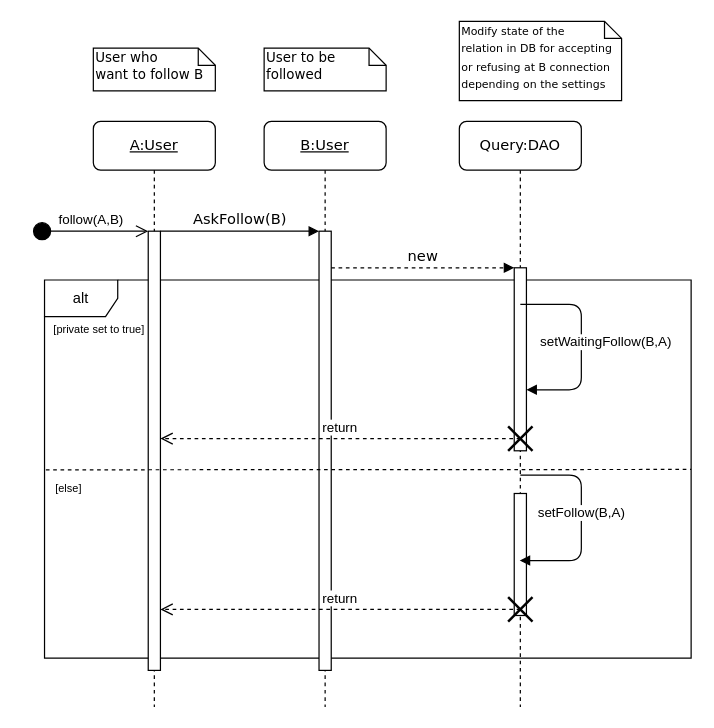
Above: Diagrammes/SequenceDiagrams/askFollow.drawio in NNepper/LSINF1225-2020-GroupeL1.1-WishList (draw.io), before the change. Source tidied: cells renumbered, new cells numbered last; positions are measured from the earlier drawing's top-left corner, leaving out a move shared by most shapes. Both pictures are drawn from the tidied source at 122%, with x=0, y=0 at pixel (32, 21).
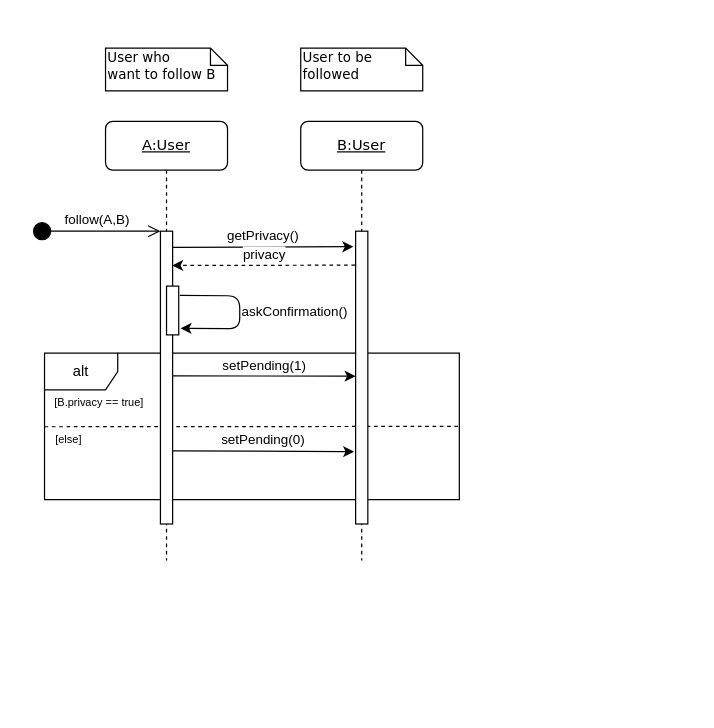
Above is the later version.

Commit message (it also covers changes not shown here):
Adaptation askFollow

Diff of the diagram source:
```diff
@@
+    <mxCell id="18" style="endArrow=none;dashed=1;html=1;exitX=0.002;exitY=0.502;exitDx=0;exitDy=0;exitPerimeter=0;" parent="1" edge="1">
+      <mxGeometry relative="1" as="geometry">
+        <mxPoint x="10" y="332.3" as="sourcePoint" />
+        <mxPoint x="350" y="332" as="targetPoint" />
+      </mxGeometry>
+    </mxCell>
     <mxCell id="2" value="alt" style="shape=umlFrame;whiteSpace=wrap;html=1;" parent="1" vertex="1">
-      <mxGeometry x="10" y="212" width="530" height="310" as="geometry" />
+      <mxGeometry x="10" y="272" width="340" height="120" as="geometry" />
     </mxCell>
     <mxCell id="3" value="&lt;u&gt;B:User&lt;/u&gt;" style="shape=umlLifeline;perimeter=lifelinePerimeter;whiteSpace=wrap;html=1;rounded=1;shadow=0;comic=0;labelBackgroundColor=none;strokeWidth=1;fontFamily=Verdana;fontSize=12;align=center;" parent="1" vertex="1">
-      <mxGeometry x="190" y="82" width="100" height="480" as="geometry" />
+      <mxGeometry x="220" y="82" width="100" height="360" as="geometry" />
     </mxCell>
     <mxCell id="4" style="html=1;points=[];perimeter=orthogonalPerimeter;rounded=0;shadow=0;comic=0;labelBackgroundColor=none;strokeWidth=1;fontFamily=Verdana;fontSize=12;align=center;" parent="3" vertex="1">
-      <mxGeometry x="45" y="90" width="10" height="360" as="geometry" />
+      <mxGeometry x="45" y="90" width="10" height="240" as="geometry" />
     </mxCell>
-    <mxCell id="5" value="Query:DAO" style="shape=umlLifeline;perimeter=lifelinePerimeter;whiteSpace=wrap;html=1;outlineConnect=0;rounded=1;shadow=0;comic=0;labelBackgroundColor=none;strokeWidth=1;fontFamily=Verdana;fontSize=12;align=center;" parent="1" vertex="1">
-      <mxGeometry x="350" y="82" width="100" height="480" as="geometry" />
-    </mxCell>
-    <mxCell id="6" style="html=1;points=[];perimeter=orthogonalPerimeter;rounded=0;shadow=0;comic=0;labelBackgroundColor=none;strokeWidth=1;fontFamily=Verdana;fontSize=12;align=center;" parent="5" vertex="1">
-      <mxGeometry x="45" y="120" width="10" height="150" as="geometry" />
-    </mxCell>
-    <mxCell id="7" style="html=1;perimeter=orthogonalPerimeter;" parent="5" vertex="1">
-      <mxGeometry x="45" y="305" width="10" height="100" as="geometry" />
-    </mxCell>
     <mxCell id="8" value="&lt;u&gt;A:User&lt;/u&gt;" style="shape=umlLifeline;perimeter=lifelinePerimeter;whiteSpace=wrap;html=1;rounded=1;shadow=0;comic=0;labelBackgroundColor=none;strokeWidth=1;fontFamily=Verdana;fontSize=12;align=center;" parent="1" vertex="1">
-      <mxGeometry x="50" y="82" width="100" height="480" as="geometry" />
+      <mxGeometry x="60" y="82" width="100" height="360" as="geometry" />
     </mxCell>
     <mxCell id="9" style="html=1;points=[];perimeter=orthogonalPerimeter;rounded=0;shadow=0;comic=0;labelBackgroundColor=none;strokeWidth=1;fontFamily=Verdana;fontSize=12;align=center;" parent="8" vertex="1">
-      <mxGeometry x="45" y="90" width="10" height="360" as="geometry" />
+      <mxGeometry x="45" y="90" width="10" height="240" as="geometry" />
     </mxCell>
-    <mxCell id="10" value="AskFollow(B)" style="html=1;verticalAlign=bottom;endArrow=block;labelBackgroundColor=none;fontFamily=Verdana;fontSize=12;edgeStyle=elbowEdgeStyle;elbow=vertical;" parent="1" edge="1" source="9" target="4">
-      <mxGeometry relative="1" as="geometry">
-        <Array as="points">
-          <mxPoint x="170" y="172" />
-          <mxPoint x="160" y="162" />
-        </Array>
-      </mxGeometry>
-    </mxCell>
-    <mxCell id="11" value="new" style="html=1;verticalAlign=bottom;endArrow=block;entryX=0;entryY=0;labelBackgroundColor=none;fontFamily=Verdana;fontSize=12;edgeStyle=elbowEdgeStyle;elbow=vertical;dashed=1;" parent="1" edge="1" source="4" target="6">
-      <mxGeometry relative="1" as="geometry" />
-    </mxCell>
     <mxCell id="12" value="&lt;font style=&quot;font-size: 11px&quot;&gt;User who&lt;br&gt;want to follow B&lt;/font&gt;" style="shape=note;whiteSpace=wrap;html=1;size=14;verticalAlign=top;align=left;spacingTop=-6;rounded=0;shadow=0;comic=0;labelBackgroundColor=none;strokeWidth=1;fontFamily=Verdana;fontSize=12;" parent="1" vertex="1">
-      <mxGeometry x="50" y="22" width="100" height="35" as="geometry" />
+      <mxGeometry x="60" y="22" width="100" height="35" as="geometry" />
     </mxCell>
     <mxCell id="13" value="&lt;font style=&quot;font-size: 11px&quot;&gt;User to be followed&lt;/font&gt;" style="shape=note;whiteSpace=wrap;html=1;size=14;verticalAlign=top;align=left;spacingTop=-6;rounded=0;shadow=0;comic=0;labelBackgroundColor=none;strokeWidth=1;fontFamily=Verdana;fontSize=12;" parent="1" vertex="1">
-      <mxGeometry x="190" y="22" width="100" height="35" as="geometry" />
+      <mxGeometry x="220" y="22" width="100" height="35" as="geometry" />
     </mxCell>
-    <mxCell id="14" value="&lt;font style=&quot;line-height: 60% ; font-size: 9px&quot;&gt;Modify state of the &lt;br&gt;relation in DB for accepting or refusing at B connection&lt;br&gt;depending on the settings&lt;br&gt;&lt;/font&gt;" style="shape=note;whiteSpace=wrap;html=1;size=14;verticalAlign=top;align=left;spacingTop=-6;rounded=0;shadow=0;comic=0;labelBackgroundColor=none;strokeWidth=1;fontFamily=Verdana;fontSize=12;" parent="1" vertex="1">
-      <mxGeometry x="350" width="133" height="65" as="geometry" />
-    </mxCell>
-    <mxCell id="15" value="setWaitingFollow(B,A)" style="html=1;verticalAlign=bottom;endArrow=block;" parent="1" edge="1" target="6">
-      <mxGeometry x="0.09" y="20" relative="1" as="geometry">
-        <mxPoint x="400" y="232" as="sourcePoint" />
-        <Array as="points">
-          <mxPoint x="450" y="232" />
-          <mxPoint x="450" y="272" />
-          <mxPoint x="450" y="302" />
-        </Array>
-      </mxGeometry>
-    </mxCell>
-    <mxCell id="16" value="setFollow(B,A)" style="html=1;verticalAlign=bottom;endArrow=block;" parent="1" edge="1" target="5">
-      <mxGeometry x="0.06" relative="1" as="geometry">
-        <mxPoint x="400" y="372" as="sourcePoint" />
-        <Array as="points">
-          <mxPoint x="450" y="372" />
-          <mxPoint x="450" y="442" />
-        </Array>
-      </mxGeometry>
-    </mxCell>
-    <mxCell id="17" value="return" style="html=1;verticalAlign=bottom;endArrow=open;dashed=1;endSize=8;" parent="1" edge="1">
-      <mxGeometry relative="1" as="geometry">
-        <mxPoint x="400" y="482" as="sourcePoint" />
-        <mxPoint x="105" y="482" as="targetPoint" />
-        <Array as="points">
-          <mxPoint x="320" y="482" />
-        </Array>
-      </mxGeometry>
-    </mxCell>
-    <mxCell id="18" style="endArrow=none;dashed=1;html=1;exitX=0.002;exitY=0.502;exitDx=0;exitDy=0;exitPerimeter=0;entryX=1;entryY=0.501;entryDx=0;entryDy=0;entryPerimeter=0;" parent="1" edge="1">
-      <mxGeometry relative="1" as="geometry">
-        <mxPoint x="11.1" y="367.6" as="sourcePoint" />
-        <mxPoint x="540" y="367.3" as="targetPoint" />
-      </mxGeometry>
-    </mxCell>
+    <mxCell id="26" value="follow(A,B)" style="html=1;verticalAlign=bottom;startArrow=circle;startFill=1;endArrow=open;startSize=6;endSize=8;" parent="1" edge="1" target="9">
+      <mxGeometry relative="1" as="geometry">
+        <mxPoint y="172" as="sourcePoint" />
+      </mxGeometry>
+    </mxCell>
+    <mxCell id="10" value="getPrivacy()" style="endArrow=classic;html=1;exitX=1.033;exitY=0.055;exitDx=0;exitDy=0;exitPerimeter=0;entryX=-0.186;entryY=0.053;entryDx=0;entryDy=0;entryPerimeter=0;labelPosition=center;verticalLabelPosition=top;align=center;verticalAlign=bottom;" parent="1" edge="1" source="9" target="4">
+      <mxGeometry relative="1" as="geometry" />
+    </mxCell>
+    <mxCell id="27" value="privacy" style="endArrow=classic;html=1;exitX=-0.044;exitY=0.116;exitDx=0;exitDy=0;exitPerimeter=0;labelPosition=center;verticalLabelPosition=top;align=center;verticalAlign=bottom;dashed=1;entryX=0.96;entryY=0.117;entryDx=0;entryDy=0;entryPerimeter=0;" parent="1" edge="1" source="4" target="9">
+      <mxGeometry relative="1" as="geometry" />
+    </mxCell>
+    <mxCell id="28" value="setPending(1)" style="endArrow=classic;html=1;entryX=0.002;entryY=0.473;entryDx=0;entryDy=0;entryPerimeter=0;labelPosition=center;verticalLabelPosition=top;align=center;verticalAlign=bottom;exitX=1.033;exitY=0.472;exitDx=0;exitDy=0;exitPerimeter=0;" parent="1" edge="1">
+      <mxGeometry relative="1" as="geometry">
+        <mxPoint x="115.3" y="290.6" as="sourcePoint" />
+        <mxPoint x="265" y="290.8" as="targetPoint" />
+      </mxGeometry>
+    </mxCell>
-    <mxCell id="19" value="&lt;font style=&quot;font-size: 9px&quot;&gt;[private set to true]&lt;/font&gt;" style="text;html=1;strokeColor=none;fillColor=none;align=center;verticalAlign=middle;whiteSpace=wrap;rounded=0;" parent="1" vertex="1">
-      <mxGeometry x="10" y="242" width="90" height="20" as="geometry" />
+    <mxCell id="19" value="&lt;font style=&quot;font-size: 9px&quot;&gt;[B.privacy == true]&lt;/font&gt;" style="text;html=1;strokeColor=none;fillColor=none;align=center;verticalAlign=middle;whiteSpace=wrap;rounded=0;" parent="1" vertex="1">
+      <mxGeometry x="10" y="302" width="90" height="20" as="geometry" />
     </mxCell>
     <mxCell id="20" value="&lt;font style=&quot;font-size: 9px&quot;&gt;[else]&lt;/font&gt;" style="text;html=1;strokeColor=none;fillColor=none;align=center;verticalAlign=middle;whiteSpace=wrap;rounded=0;" parent="1" vertex="1">
-      <mxGeometry x="10" y="372" width="40" height="20" as="geometry" />
+      <mxGeometry x="10" y="332" width="40" height="20" as="geometry" />
     </mxCell>
-    <mxCell id="21" style="endArrow=none;html=1;strokeWidth=2;" parent="1" edge="1">
-      <mxGeometry relative="1" as="geometry">
-        <mxPoint x="390" y="492" as="sourcePoint" />
-        <mxPoint x="410" y="472" as="targetPoint" />
-      </mxGeometry>
-    </mxCell>
-    <mxCell id="22" style="endArrow=none;html=1;strokeWidth=2;" parent="1" edge="1">
-      <mxGeometry relative="1" as="geometry">
-        <mxPoint x="410" y="492" as="sourcePoint" />
-        <mxPoint x="390" y="472" as="targetPoint" />
-      </mxGeometry>
-    </mxCell>
-    <mxCell id="23" style="endArrow=none;html=1;strokeWidth=2;rounded=1;shadow=0;" parent="1" edge="1">
-      <mxGeometry relative="1" as="geometry">
-        <mxPoint x="390" y="352" as="sourcePoint" />
-        <mxPoint x="410" y="332" as="targetPoint" />
-      </mxGeometry>
-    </mxCell>
-    <mxCell id="24" style="endArrow=none;html=1;strokeWidth=2;rounded=1;shadow=0;" parent="1" edge="1">
-      <mxGeometry relative="1" as="geometry">
-        <mxPoint x="410" y="352" as="sourcePoint" />
-        <mxPoint x="390" y="332" as="targetPoint" />
-      </mxGeometry>
-    </mxCell>
-    <mxCell id="25" value="return" style="html=1;verticalAlign=bottom;endArrow=open;dashed=1;endSize=8;" parent="1" edge="1">
-      <mxGeometry relative="1" as="geometry">
-        <mxPoint x="400" y="342" as="sourcePoint" />
-        <mxPoint x="105" y="342" as="targetPoint" />
-      </mxGeometry>
-    </mxCell>
-    <mxCell id="26" value="follow(A,B)" style="html=1;verticalAlign=bottom;startArrow=circle;startFill=1;endArrow=open;startSize=6;endSize=8;" parent="1" edge="1">
-      <mxGeometry relative="1" as="geometry">
-        <mxPoint y="172" as="sourcePoint" />
-        <mxPoint x="95" y="172" as="targetPoint" />
-      </mxGeometry>
-    </mxCell>
+    <mxCell id="29" value="setPending(0)" style="endArrow=classic;html=1;entryX=-0.029;entryY=0.304;entryDx=0;entryDy=0;entryPerimeter=0;labelPosition=center;verticalLabelPosition=top;align=center;verticalAlign=bottom;exitX=1.089;exitY=0.302;exitDx=0;exitDy=0;exitPerimeter=0;" parent="1" edge="1">
+      <mxGeometry relative="1" as="geometry">
+        <mxPoint x="115" y="352" as="sourcePoint" />
+        <mxPoint x="263.8" y="352.7" as="targetPoint" />
+      </mxGeometry>
+    </mxCell>
+    <mxCell id="30" style="html=1;points=[];perimeter=orthogonalPerimeter;rounded=0;shadow=0;comic=0;labelBackgroundColor=none;strokeWidth=1;fontFamily=Verdana;fontSize=12;align=center;" parent="1" vertex="1">
+      <mxGeometry x="110" y="217" width="10" height="40" as="geometry" />
+    </mxCell>
+    <mxCell id="31" value="askConfirmation()" style="endArrow=classic;html=1;exitX=1.093;exitY=0.189;exitDx=0;exitDy=0;exitPerimeter=0;entryX=1.149;entryY=0.863;entryDx=0;entryDy=0;entryPerimeter=0;labelPosition=right;verticalLabelPosition=middle;align=left;verticalAlign=middle;" parent="1" edge="1" source="30" target="30">
+      <mxGeometry relative="1" as="geometry">
+        <Array as="points">
+          <mxPoint x="170" y="225" />
+          <mxPoint x="170" y="252" />
+        </Array>
+      </mxGeometry>
+    </mxCell>
```
